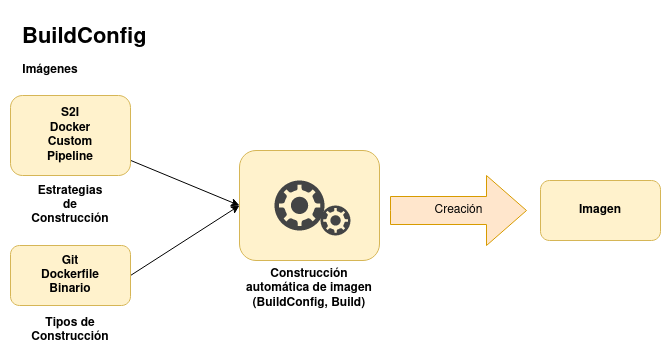
josedom24/curso_openshift_v4 keeps this draw.io diagram as curso2/modulo5/img/build.png. Above is the earlier version. Source tidied: cells renumbered, new cells last; positions are measured from the earlier drawing's top-left corner, leaving out a move shared by most shapes.
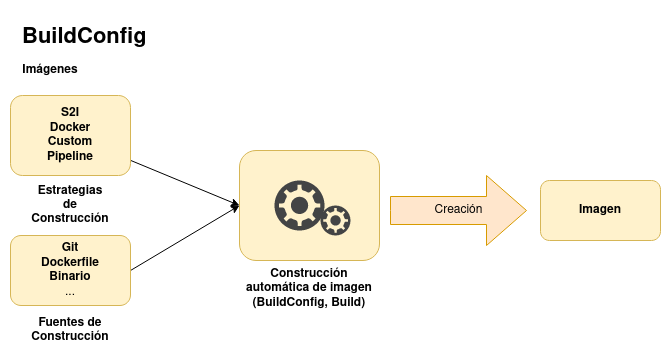
Later version of the same file.

What changed in the source:
```diff
@@ -20,8 +20,8 @@
     <mxCell id="7" style="rounded=0;jettySize=auto;html=1;entryX=0;entryY=0.5;entryDx=0;entryDy=0;exitX=1;exitY=0.5;exitDx=0;exitDy=0;" parent="1" edge="1" source="8" target="6">
       <mxGeometry relative="1" as="geometry" />
     </mxCell>
-    <mxCell id="8" value="&lt;div&gt;&lt;b&gt;Git&lt;/b&gt;&lt;/div&gt;&lt;div&gt;&lt;b&gt;Dockerfile&lt;/b&gt;&lt;/div&gt;&lt;div&gt;&lt;b&gt;Binario&lt;/b&gt;&lt;br&gt;&lt;/div&gt;" style="rounded=1;whiteSpace=wrap;html=1;fillColor=#fff2cc;strokeColor=#d6b656;" parent="1" vertex="1">
-      <mxGeometry y="230" width="120" height="60" as="geometry" />
+    <mxCell id="8" value="&lt;div&gt;&lt;b&gt;Git&lt;/b&gt;&lt;/div&gt;&lt;div&gt;&lt;b&gt;Dockerfile&lt;/b&gt;&lt;/div&gt;&lt;div&gt;&lt;b&gt;Binario&lt;/b&gt;&lt;/div&gt;&lt;div&gt;...&lt;br&gt;&lt;/div&gt;" style="rounded=1;whiteSpace=wrap;html=1;fillColor=#fff2cc;strokeColor=#d6b656;" parent="1" vertex="1">
+      <mxGeometry y="220" width="120" height="70" as="geometry" />
     </mxCell>
     <mxCell id="9" value="&lt;b&gt;Imágenes&lt;/b&gt;" style="text;strokeColor=none;align=center;fillColor=none;html=1;verticalAlign=middle;whiteSpace=wrap;rounded=0;" parent="1" vertex="1">
       <mxGeometry x="10" y="40" width="60" height="30" as="geometry" />
@@ -41,7 +41,7 @@
     <mxCell id="14" value="&lt;b&gt;Estrategias de Construcción&lt;/b&gt;" style="text;strokeColor=none;align=center;fillColor=none;html=1;verticalAlign=middle;whiteSpace=wrap;rounded=0;" parent="1" vertex="1">
       <mxGeometry x="30" y="175" width="60" height="30" as="geometry" />
     </mxCell>
-    <mxCell id="15" value="&lt;b&gt;Tipos de Construcción&lt;/b&gt;" style="text;strokeColor=none;align=center;fillColor=none;html=1;verticalAlign=middle;whiteSpace=wrap;rounded=0;" parent="1" vertex="1">
+    <mxCell id="15" value="&lt;b&gt;Fuentes de Construcción&lt;/b&gt;" style="text;strokeColor=none;align=center;fillColor=none;html=1;verticalAlign=middle;whiteSpace=wrap;rounded=0;" parent="1" vertex="1">
       <mxGeometry x="30" y="300" width="60" height="30" as="geometry" />
     </mxCell>
   </root>
```
